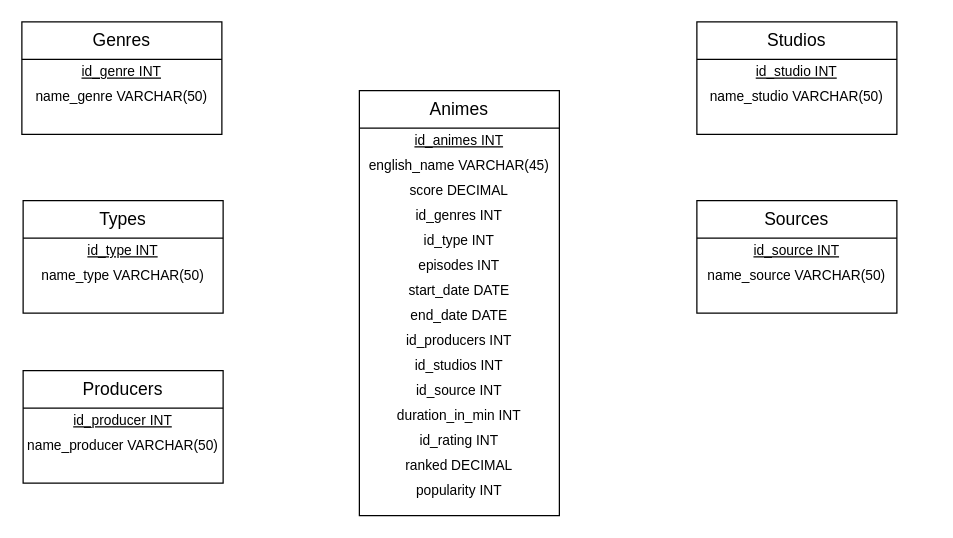
Above: Diagramme sans nom.drawio in CharlynChamptlon/sql_datascientest (draw.io), before the change. Source tidied: cells renumbered, new cells numbered last; positions are measured from the earlier drawing's top-left corner, leaving out a move shared by most shapes. Both pictures are drawn from the tidied source at 125%, with x=0, y=0 at pixel (21, 21).
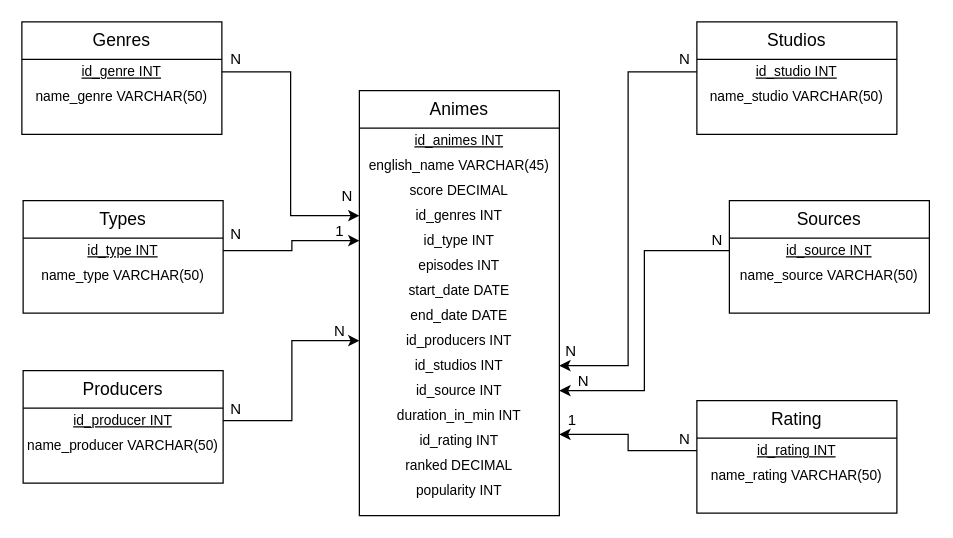
Above is the later version.

Commit message (it also covers changes not shown here):
Mettre à jour Diagramme sans nom.drawio

Unchanged cells that the change refers to:
```xml
<mxCell id="8" value="&lt;font style=&quot;font-size: 11px;&quot;&gt;id_genres INT&lt;/font&gt;" style="text;html=1;align=center;verticalAlign=middle;whiteSpace=wrap;rounded=0;" parent="1" vertex="1">
  <mxGeometry x="270" y="145" width="160" height="20" as="geometry" />
</mxCell>
<mxCell id="9" value="&lt;font style=&quot;font-size: 11px;&quot;&gt;id_type INT&lt;/font&gt;" style="text;html=1;align=center;verticalAlign=middle;whiteSpace=wrap;rounded=0;" parent="1" vertex="1">
  <mxGeometry x="270" y="165" width="160" height="20" as="geometry" />
</mxCell>
<mxCell id="13" value="&lt;font style=&quot;font-size: 11px;&quot;&gt;id_producers INT&lt;/font&gt;" style="text;html=1;align=center;verticalAlign=middle;whiteSpace=wrap;rounded=0;" parent="1" vertex="1">
  <mxGeometry x="270" y="245" width="160" height="20" as="geometry" />
</mxCell>
<mxCell id="14" value="&lt;font style=&quot;font-size: 11px;&quot;&gt;id_studios INT&lt;/font&gt;" style="text;html=1;align=center;verticalAlign=middle;whiteSpace=wrap;rounded=0;" parent="1" vertex="1">
  <mxGeometry x="270" y="265" width="160" height="20" as="geometry" />
</mxCell>
<mxCell id="15" value="&lt;font style=&quot;font-size: 11px;&quot;&gt;id_source INT&lt;/font&gt;" style="text;html=1;align=center;verticalAlign=middle;whiteSpace=wrap;rounded=0;" parent="1" vertex="1">
  <mxGeometry x="270" y="285" width="160" height="20" as="geometry" />
</mxCell>
<mxCell id="17" value="&lt;span style=&quot;font-size: 11px;&quot;&gt;id_rating INT&lt;/span&gt;" style="text;html=1;align=center;verticalAlign=middle;whiteSpace=wrap;rounded=0;" parent="1" vertex="1">
  <mxGeometry x="270" y="325" width="160" height="20" as="geometry" />
</mxCell>
<mxCell id="23" value="&lt;font style=&quot;font-size: 11px;&quot;&gt;&lt;u&gt;id_genre INT&lt;/u&gt;&lt;/font&gt;" style="text;html=1;align=center;verticalAlign=middle;whiteSpace=wrap;rounded=0;" parent="1" vertex="1">
  <mxGeometry y="30" width="160" height="20" as="geometry" />
</mxCell>
<mxCell id="28" value="&lt;font style=&quot;font-size: 11px;&quot;&gt;&lt;u&gt;id_type INT&lt;/u&gt;&lt;/font&gt;" style="text;html=1;align=center;verticalAlign=middle;whiteSpace=wrap;rounded=0;" parent="1" vertex="1">
  <mxGeometry x="1" y="173" width="160" height="20" as="geometry" />
</mxCell>
<mxCell id="33" value="&lt;font style=&quot;font-size: 11px;&quot;&gt;&lt;u&gt;id_producer INT&lt;/u&gt;&lt;/font&gt;" style="text;html=1;align=center;verticalAlign=middle;whiteSpace=wrap;rounded=0;" parent="1" vertex="1">
  <mxGeometry x="1" y="309" width="160" height="20" as="geometry" />
</mxCell>
<mxCell id="38" value="&lt;font style=&quot;font-size: 11px;&quot;&gt;&lt;u&gt;id_studio INT&lt;/u&gt;&lt;/font&gt;" style="text;html=1;align=center;verticalAlign=middle;whiteSpace=wrap;rounded=0;" parent="1" vertex="1">
  <mxGeometry x="540" y="30" width="160" height="20" as="geometry" />
</mxCell>
```

The edit, as a diff of the source:
```diff
@@
+    <mxCell id="45" style="edgeStyle=elbowEdgeStyle;rounded=0;jettySize=auto;html=1;exitX=1;exitY=0.5;exitDx=0;exitDy=0;entryX=0;entryY=0.5;entryDx=0;entryDy=0;" parent="1" edge="1" source="23" target="8">
+      <mxGeometry relative="1" as="geometry" />
+    </mxCell>
@@
+    <mxCell id="46" style="edgeStyle=elbowEdgeStyle;rounded=0;jettySize=auto;html=1;exitX=1;exitY=0.5;exitDx=0;exitDy=0;entryX=0;entryY=0.5;entryDx=0;entryDy=0;" parent="1" edge="1" source="28" target="9">
+      <mxGeometry relative="1" as="geometry" />
+    </mxCell>
@@
+    <mxCell id="47" style="edgeStyle=elbowEdgeStyle;rounded=0;jettySize=auto;html=1;exitX=1;exitY=0.5;exitDx=0;exitDy=0;entryX=0;entryY=0.5;entryDx=0;entryDy=0;" parent="1" edge="1" source="33" target="13">
+      <mxGeometry relative="1" as="geometry" />
+    </mxCell>
@@
+    <mxCell id="48" style="edgeStyle=elbowEdgeStyle;rounded=0;jettySize=auto;html=1;exitX=0;exitY=0.5;exitDx=0;exitDy=0;entryX=1;entryY=0.5;entryDx=0;entryDy=0;" parent="1" edge="1" source="38" target="14">
+      <mxGeometry relative="1" as="geometry" />
+    </mxCell>
@@
     <mxCell id="40" style="rounded=0;whiteSpace=wrap;html=1;" parent="1" vertex="1">
-      <mxGeometry x="540" y="143" width="160" height="90" as="geometry" />
+      <mxGeometry x="566" y="143" width="160" height="90" as="geometry" />
     </mxCell>
     <mxCell id="41" value="&lt;font style=&quot;font-size: 14px;&quot;&gt;Sources&lt;/font&gt;" style="text;html=1;align=center;verticalAlign=middle;whiteSpace=wrap;rounded=0;" parent="1" vertex="1">
-      <mxGeometry x="540" y="143" width="160" height="30" as="geometry" />
+      <mxGeometry x="566" y="143" width="160" height="30" as="geometry" />
     </mxCell>
@@
+    <mxCell id="49" style="edgeStyle=elbowEdgeStyle;rounded=0;jettySize=auto;html=1;exitX=0;exitY=0.5;exitDx=0;exitDy=0;entryX=1;entryY=0.5;entryDx=0;entryDy=0;" parent="1" edge="1" source="43" target="15">
+      <mxGeometry relative="1" as="geometry" />
+    </mxCell>
     <mxCell id="43" value="&lt;font style=&quot;font-size: 11px;&quot;&gt;&lt;u&gt;id_source INT&lt;/u&gt;&lt;/font&gt;" style="text;html=1;align=center;verticalAlign=middle;whiteSpace=wrap;rounded=0;" parent="1" vertex="1">
-      <mxGeometry x="540" y="173" width="160" height="20" as="geometry" />
+      <mxGeometry x="566" y="173" width="160" height="20" as="geometry" />
     </mxCell>
     <mxCell id="44" value="&lt;font style=&quot;font-size: 11px;&quot;&gt;name_source VARCHAR(50)&lt;/font&gt;" style="text;html=1;align=center;verticalAlign=middle;whiteSpace=wrap;rounded=0;" parent="1" vertex="1">
-      <mxGeometry x="540" y="193" width="160" height="20" as="geometry" />
+      <mxGeometry x="566" y="193" width="160" height="20" as="geometry" />
     </mxCell>
+    <mxCell id="50" style="rounded=0;whiteSpace=wrap;html=1;" parent="1" vertex="1">
+      <mxGeometry x="540" y="303" width="160" height="90" as="geometry" />
+    </mxCell>
+    <mxCell id="51" value="&lt;font style=&quot;font-size: 14px;&quot;&gt;Rating&lt;/font&gt;" style="text;html=1;align=center;verticalAlign=middle;whiteSpace=wrap;rounded=0;" parent="1" vertex="1">
+      <mxGeometry x="540" y="303" width="160" height="30" as="geometry" />
+    </mxCell>
+    <mxCell id="52" style="endArrow=none;html=1;rounded=0;entryX=1;entryY=1;entryDx=0;entryDy=0;exitX=0;exitY=1;exitDx=0;exitDy=0;" parent="1" edge="1" source="51" target="51">
+      <mxGeometry relative="1" as="geometry" />
+    </mxCell>
+    <mxCell id="53" style="edgeStyle=elbowEdgeStyle;rounded=0;jettySize=auto;html=1;exitX=0;exitY=0.5;exitDx=0;exitDy=0;entryX=1;entryY=0.25;entryDx=0;entryDy=0;" parent="1" edge="1" source="54" target="17">
+      <mxGeometry relative="1" as="geometry" />
+    </mxCell>
+    <mxCell id="54" value="&lt;font style=&quot;font-size: 11px;&quot;&gt;&lt;u&gt;id_rating INT&lt;/u&gt;&lt;/font&gt;" style="text;html=1;align=center;verticalAlign=middle;whiteSpace=wrap;rounded=0;" parent="1" vertex="1">
+      <mxGeometry x="540" y="333" width="160" height="20" as="geometry" />
+    </mxCell>
+    <mxCell id="55" value="&lt;font style=&quot;font-size: 11px;&quot;&gt;name_rating VARCHAR(50)&lt;/font&gt;" style="text;html=1;align=center;verticalAlign=middle;whiteSpace=wrap;rounded=0;" parent="1" vertex="1">
+      <mxGeometry x="540" y="353" width="160" height="20" as="geometry" />
+    </mxCell>
+    <mxCell id="56" value="N" style="text;html=1;align=center;verticalAlign=middle;whiteSpace=wrap;rounded=0;" parent="1" vertex="1">
+      <mxGeometry x="162" y="15" width="19" height="30" as="geometry" />
+    </mxCell>
+    <mxCell id="57" value="N" style="text;html=1;align=center;verticalAlign=middle;whiteSpace=wrap;rounded=0;" parent="1" vertex="1">
+      <mxGeometry x="162" y="155" width="19" height="30" as="geometry" />
+    </mxCell>
+    <mxCell id="58" value="N" style="text;html=1;align=center;verticalAlign=middle;whiteSpace=wrap;rounded=0;" parent="1" vertex="1">
+      <mxGeometry x="162" y="295" width="19" height="30" as="geometry" />
+    </mxCell>
+    <mxCell id="59" value="N" style="text;html=1;align=center;verticalAlign=middle;whiteSpace=wrap;rounded=0;" parent="1" vertex="1">
+      <mxGeometry x="521" y="15" width="19" height="30" as="geometry" />
+    </mxCell>
+    <mxCell id="60" value="N" style="text;html=1;align=center;verticalAlign=middle;whiteSpace=wrap;rounded=0;" parent="1" vertex="1">
+      <mxGeometry x="547" y="160" width="19" height="30" as="geometry" />
+    </mxCell>
+    <mxCell id="61" value="N" style="text;html=1;align=center;verticalAlign=middle;whiteSpace=wrap;rounded=0;" parent="1" vertex="1">
+      <mxGeometry x="521" y="319" width="19" height="30" as="geometry" />
+    </mxCell>
+    <mxCell id="62" value="N" style="text;html=1;align=center;verticalAlign=middle;whiteSpace=wrap;rounded=0;" parent="1" vertex="1">
+      <mxGeometry x="251" y="125" width="19" height="30" as="geometry" />
+    </mxCell>
+    <mxCell id="63" value="1" style="text;html=1;align=center;verticalAlign=middle;whiteSpace=wrap;rounded=0;" parent="1" vertex="1">
+      <mxGeometry x="245" y="153" width="19" height="30" as="geometry" />
+    </mxCell>
+    <mxCell id="64" value="N" style="text;html=1;align=center;verticalAlign=middle;whiteSpace=wrap;rounded=0;" parent="1" vertex="1">
+      <mxGeometry x="245" y="233" width="19" height="30" as="geometry" />
+    </mxCell>
+    <mxCell id="65" value="N" style="text;html=1;align=center;verticalAlign=middle;whiteSpace=wrap;rounded=0;" parent="1" vertex="1">
+      <mxGeometry x="430" y="249" width="19" height="30" as="geometry" />
+    </mxCell>
+    <mxCell id="66" value="N" style="text;html=1;align=center;verticalAlign=middle;whiteSpace=wrap;rounded=0;" parent="1" vertex="1">
+      <mxGeometry x="440" y="273" width="19" height="30" as="geometry" />
+    </mxCell>
+    <mxCell id="67" value="1" style="text;html=1;align=center;verticalAlign=middle;whiteSpace=wrap;rounded=0;" parent="1" vertex="1">
+      <mxGeometry x="431" y="304" width="19" height="30" as="geometry" />
+    </mxCell>
```
